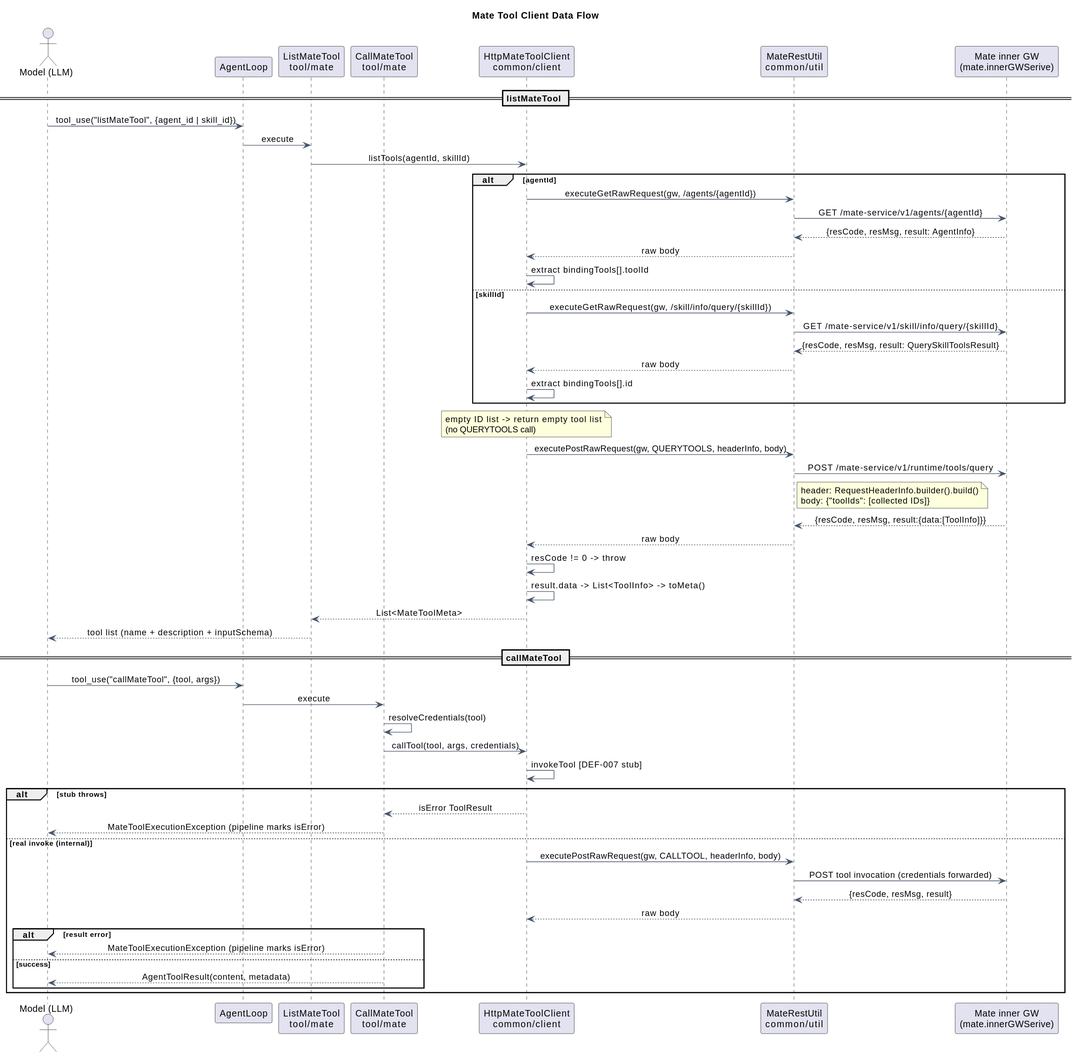
Above: docs/designs/mate-tool-client/mate_tool_client_dataflow.svg in 2862282695gjh-afk/pi-mono-java (PlantUML), before the change.
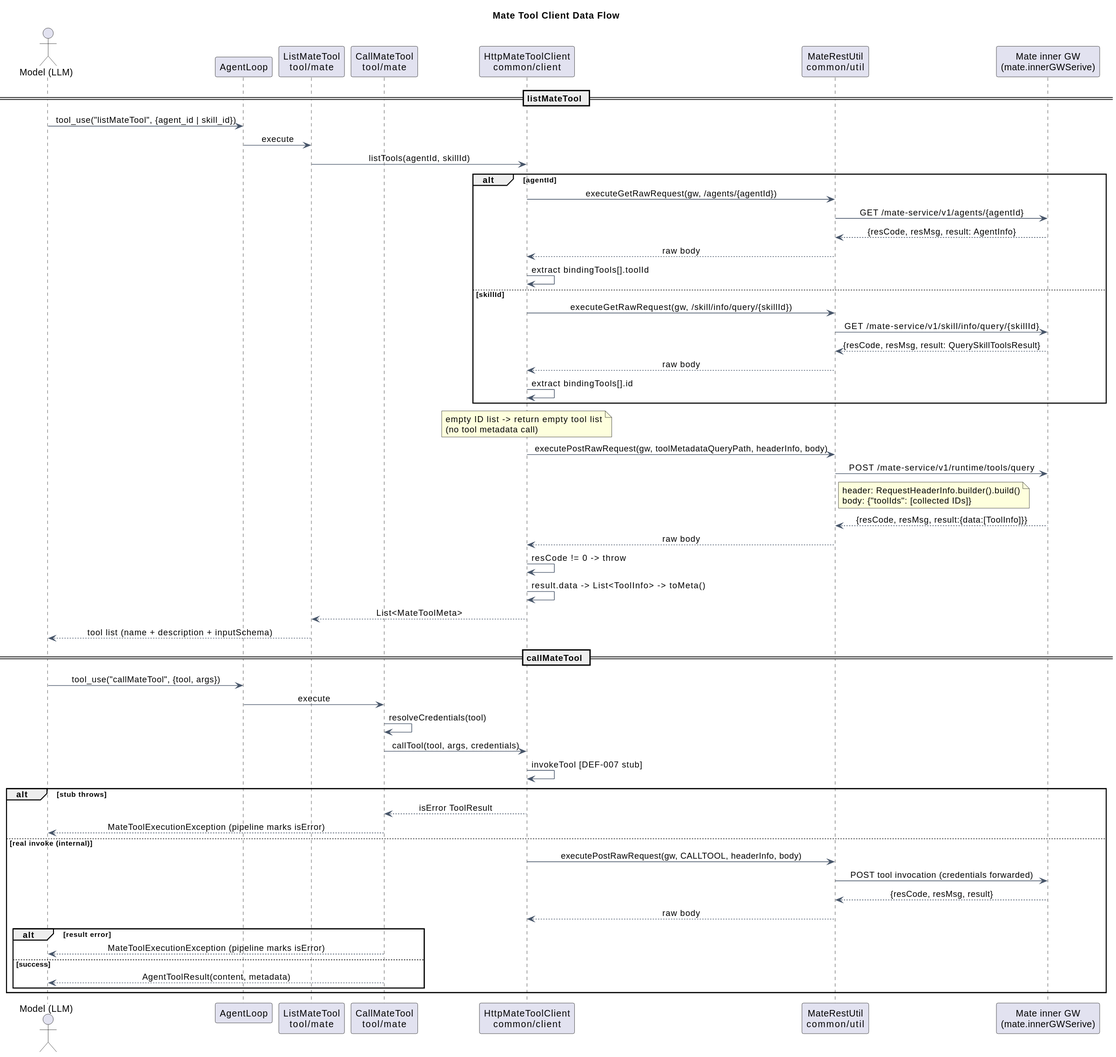
After the commit.

The edit, as a diff of the source:
```diff
@@ -34,9 +34,9 @@
 end
 note over http
   empty ID list -> return empty tool list
-  (no QUERYTOOLS call)
+  (no tool metadata call)
 end note
-http -> rest: executePostRawRequest(gw, QUERYTOOLS, headerInfo, body)
+http -> rest: executePostRawRequest(gw, toolMetadataQueryPath, headerInfo, body)
 rest -> gw: POST /mate-service/v1/runtime/tools/query
 note right of rest
   header: RequestHeaderInfo.builder().build()
```
